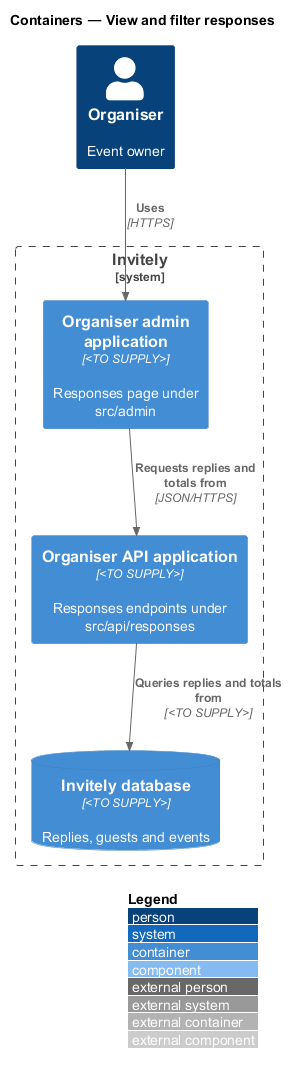
Above: docs/detailed-designs/responses/view-responses/diagrams/c4-container.png in QuinntyneBrown/rsvp-cms (PlantUML), before the change. The source it was exported from:
```plantuml
@startuml
!include <C4/C4_Component>
LAYOUT_WITH_LEGEND()
title Containers — View and filter responses

Person(organiser, "Organiser", "Event owner")
System_Boundary(invitely, "Invitely") {
  Container(admin, "Organiser admin application", "<TO SUPPLY>", "Responses page under src/admin")
  Container(api, "Organiser API application", "<TO SUPPLY>", "Responses endpoints under src/api/responses")
  ContainerDb(db, "Invitely database", "<TO SUPPLY>", "Replies, guests and events")
}
Rel(organiser, admin, "Uses", "HTTPS")
Rel(admin, api, "Requests replies and totals from", "JSON/HTTPS")
Rel(api, db, "Queries replies and totals from", "<TO SUPPLY>")
@enduml
```
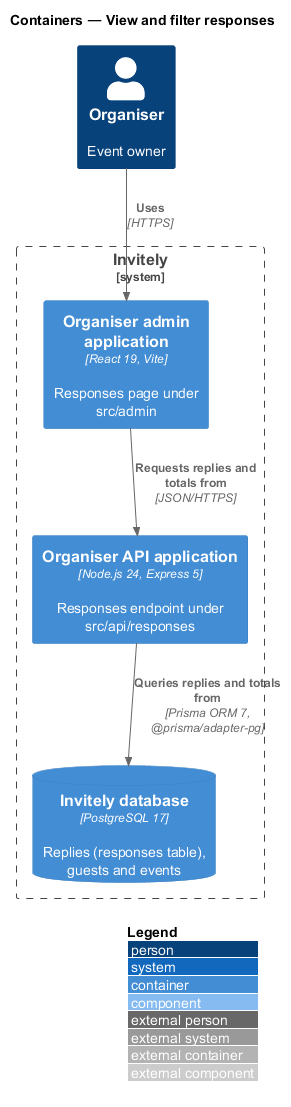
Above is the later version.

Change to the diagram source:
```diff
@@ -5,11 +5,11 @@
 
 Person(organiser, "Organiser", "Event owner")
 System_Boundary(invitely, "Invitely") {
-  Container(admin, "Organiser admin application", "<TO SUPPLY>", "Responses page under src/admin")
-  Container(api, "Organiser API application", "<TO SUPPLY>", "Responses endpoints under src/api/responses")
-  ContainerDb(db, "Invitely database", "<TO SUPPLY>", "Replies, guests and events")
+  Container(admin, "Organiser admin application", "React 19, Vite", "Responses page under src/admin")
+  Container(api, "Organiser API application", "Node.js 24, Express 5", "Responses endpoint under src/api/responses")
+  ContainerDb(db, "Invitely database", "PostgreSQL 17", "Replies (responses table), guests and events")
 }
 Rel(organiser, admin, "Uses", "HTTPS")
 Rel(admin, api, "Requests replies and totals from", "JSON/HTTPS")
-Rel(api, db, "Queries replies and totals from", "<TO SUPPLY>")
+Rel(api, db, "Queries replies and totals from", "Prisma ORM 7, @prisma/adapter-pg")
 @enduml
```
